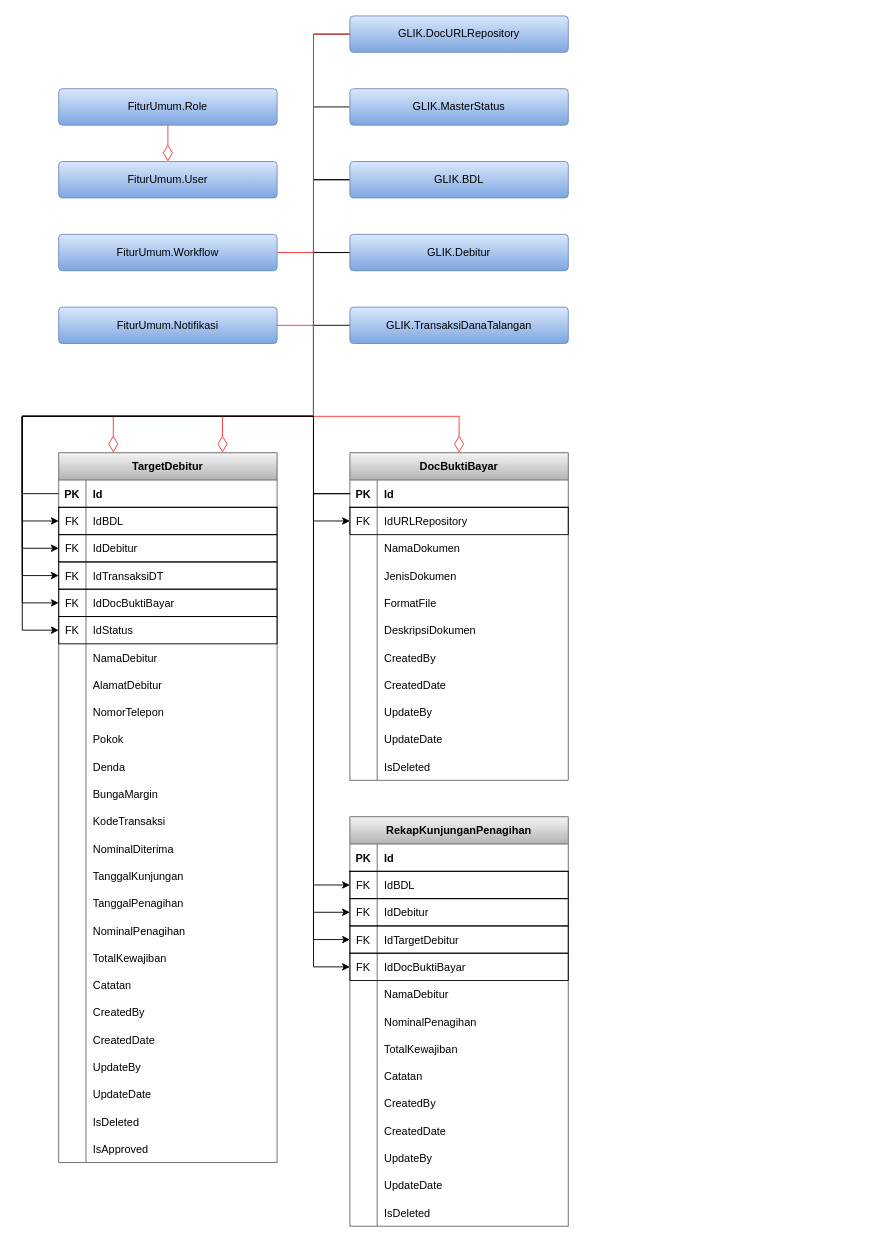
The draw.io diagram page "Aplikasi Mobile TL" (2 of 2) of Domain Model - Likuidasi/Domain Model - Likuidasi (Rev 1.2 - General).drawio in reshafahlevi/GLIK-DM, before the edit. Source tidied: cells renumbered, new cells numbered last; positions are measured from the earlier drawing's top-left corner, leaving out a move shared by most shapes. Both pictures are drawn from the tidied source at 91%, with x=0, y=0 at pixel (22, 15).
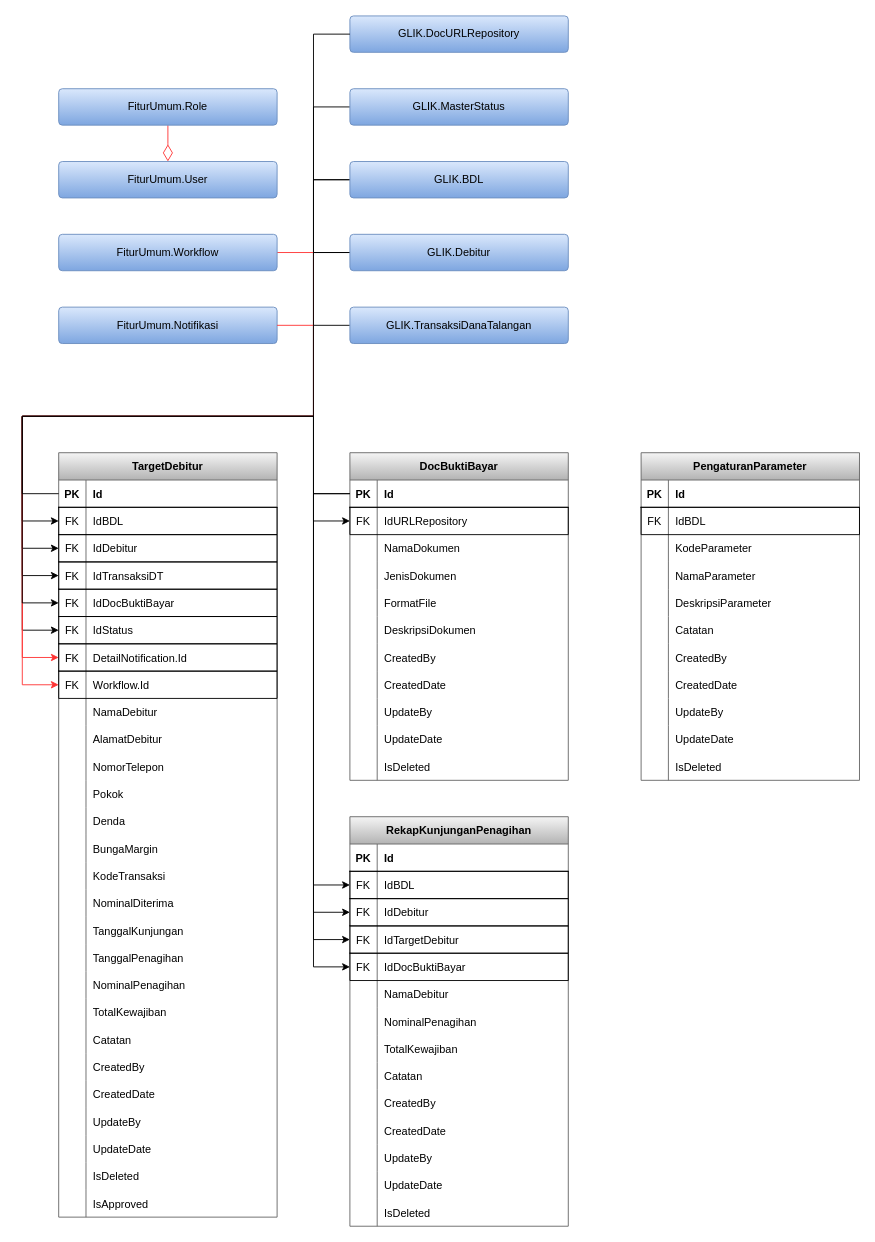
After the change.

Unchanged cells that the change refers to:
```xml
<mxCell id="91" value="FiturUmum.Notifikasi" style="rounded=1;arcSize=10;whiteSpace=wrap;html=1;align=center;strokeColor=#6c8ebf;fillColor=#dae8fc;gradientColor=#7ea6e0;" parent="1" vertex="1">
  <mxGeometry x="40" y="320" width="240" height="40" as="geometry" />
</mxCell>
<mxCell id="93" value="FiturUmum.Workflow" style="rounded=1;arcSize=10;whiteSpace=wrap;html=1;align=center;strokeColor=#6c8ebf;fillColor=#dae8fc;gradientColor=#7ea6e0;" parent="1" vertex="1">
  <mxGeometry x="40" y="240" width="240" height="40" as="geometry" />
</mxCell>
<mxCell id="95" value="DocBuktiBayar" style="shape=table;startSize=30;childLayout=tableLayout;rowLines=0;fontStyle=1;align=center;strokeColor=#666666;gradientColor=#b3b3b3;fillColor=#f5f5f5;" parent="1" vertex="1">
  <mxGeometry x="360" y="480" width="240" height="360" as="geometry" />
</mxCell>
<mxCell id="99" style="shape=partialRectangle;fillColor=none;top=1;left=1;bottom=1;right=1;points=[[0,0.5],[1,0.5]];portConstraint=eastwest;" parent="95" vertex="1">
  <mxGeometry y="60" width="240" height="30" as="geometry" />
</mxCell>
<mxCell id="131" value="GLIK.DocURLRepository" style="rounded=1;arcSize=10;whiteSpace=wrap;html=1;align=center;strokeColor=#6c8ebf;fillColor=#dae8fc;gradientColor=#7ea6e0;" parent="1" vertex="1">
  <mxGeometry x="360" width="240" height="40" as="geometry" />
</mxCell>
```

What changed in the source:
```diff
@@
     <mxCell id="11" value="TargetDebitur" style="shape=table;startSize=30;childLayout=tableLayout;rowLines=0;fontStyle=1;align=center;strokeColor=#666666;gradientColor=#b3b3b3;fillColor=#f5f5f5;" parent="1" vertex="1">
-      <mxGeometry x="40" y="480" width="240" height="780" as="geometry" />
+      <mxGeometry x="40" y="480" width="240" height="840" as="geometry" />
     </mxCell>
@@
+    <mxCell id="178" style="shape=partialRectangle;fillColor=none;top=1;left=1;bottom=1;right=1;points=[[0,0.5],[1,0.5]];portConstraint=eastwest;" parent="11" vertex="1">
+      <mxGeometry y="210" width="240" height="30" as="geometry" />
+    </mxCell>
+    <mxCell id="179" value="FK" style="shape=partialRectangle;fillColor=none;top=0;left=0;bottom=0;right=0;overflow=hidden;" parent="178" vertex="1">
+      <mxGeometry width="30" height="30" as="geometry" />
+    </mxCell>
+    <mxCell id="180" value="DetailNotification.Id" style="shape=partialRectangle;fillColor=none;top=0;left=0;bottom=0;right=0;align=left;spacingLeft=6;overflow=hidden;" parent="178" vertex="1">
+      <mxGeometry x="30" width="210" height="30" as="geometry" />
+    </mxCell>
+    <mxCell id="181" style="shape=partialRectangle;fillColor=none;top=1;left=1;bottom=1;right=1;points=[[0,0.5],[1,0.5]];portConstraint=eastwest;" parent="11" vertex="1">
+      <mxGeometry y="240" width="240" height="30" as="geometry" />
+    </mxCell>
+    <mxCell id="182" value="FK" style="shape=partialRectangle;fillColor=none;top=0;left=0;bottom=0;right=0;overflow=hidden;" parent="181" vertex="1">
+      <mxGeometry width="30" height="30" as="geometry" />
+    </mxCell>
+    <mxCell id="183" value="Workflow.Id" style="shape=partialRectangle;fillColor=none;top=0;left=0;bottom=0;right=0;align=left;spacingLeft=6;overflow=hidden;" parent="181" vertex="1">
+      <mxGeometry x="30" width="210" height="30" as="geometry" />
+    </mxCell>
     <mxCell id="30" style="shape=partialRectangle;fillColor=none;top=0;left=0;bottom=0;right=0;" parent="11" vertex="1">
-      <mxGeometry y="210" width="240" height="30" as="geometry" />
+      <mxGeometry y="270" width="240" height="30" as="geometry" />
     </mxCell>
@@
     <mxCell id="33" style="shape=partialRectangle;fillColor=none;top=0;left=0;bottom=0;right=0;" parent="11" vertex="1">
-      <mxGeometry y="240" width="240" height="30" as="geometry" />
+      <mxGeometry y="300" width="240" height="30" as="geometry" />
     </mxCell>
@@
     <mxCell id="36" style="shape=partialRectangle;fillColor=none;top=0;left=0;bottom=0;right=0;" parent="11" vertex="1">
-      <mxGeometry y="270" width="240" height="30" as="geometry" />
+      <mxGeometry y="330" width="240" height="30" as="geometry" />
     </mxCell>
@@
     <mxCell id="39" style="shape=partialRectangle;fillColor=none;top=0;left=0;bottom=0;right=0;" parent="11" vertex="1">
-      <mxGeometry y="300" width="240" height="30" as="geometry" />
+      <mxGeometry y="360" width="240" height="30" as="geometry" />
     </mxCell>
@@
     <mxCell id="42" style="shape=partialRectangle;fillColor=none;top=0;left=0;bottom=0;right=0;" parent="11" vertex="1">
-      <mxGeometry y="330" width="240" height="30" as="geometry" />
+      <mxGeometry y="390" width="240" height="30" as="geometry" />
     </mxCell>
@@
     <mxCell id="45" style="shape=partialRectangle;fillColor=none;top=0;left=0;bottom=0;right=0;" parent="11" vertex="1">
-      <mxGeometry y="360" width="240" height="30" as="geometry" />
+      <mxGeometry y="420" width="240" height="30" as="geometry" />
     </mxCell>
@@
     <mxCell id="48" style="shape=partialRectangle;fillColor=none;top=0;left=0;bottom=0;right=0;" parent="11" vertex="1">
-      <mxGeometry y="390" width="240" height="30" as="geometry" />
+      <mxGeometry y="450" width="240" height="30" as="geometry" />
     </mxCell>
@@
     <mxCell id="51" style="shape=partialRectangle;fillColor=none;top=0;left=0;bottom=0;right=0;" parent="11" vertex="1">
-      <mxGeometry y="420" width="240" height="30" as="geometry" />
+      <mxGeometry y="480" width="240" height="30" as="geometry" />
     </mxCell>
@@
     <mxCell id="54" style="shape=partialRectangle;fillColor=none;top=0;left=0;bottom=0;right=0;" parent="11" vertex="1">
-      <mxGeometry y="450" width="240" height="30" as="geometry" />
+      <mxGeometry y="510" width="240" height="30" as="geometry" />
     </mxCell>
@@
     <mxCell id="57" style="shape=partialRectangle;fillColor=none;top=0;left=0;bottom=0;right=0;" parent="11" vertex="1">
-      <mxGeometry y="480" width="240" height="30" as="geometry" />
+      <mxGeometry y="540" width="240" height="30" as="geometry" />
     </mxCell>
@@
     <mxCell id="60" style="shape=partialRectangle;fillColor=none;top=0;left=0;bottom=0;right=0;" parent="11" vertex="1">
-      <mxGeometry y="510" width="240" height="30" as="geometry" />
+      <mxGeometry y="570" width="240" height="30" as="geometry" />
     </mxCell>
@@
     <mxCell id="63" style="shape=partialRectangle;fillColor=none;top=0;left=0;bottom=0;right=0;" parent="11" vertex="1">
-      <mxGeometry y="540" width="240" height="30" as="geometry" />
+      <mxGeometry y="600" width="240" height="30" as="geometry" />
     </mxCell>
@@
     <mxCell id="66" style="shape=partialRectangle;fillColor=none;top=0;left=0;bottom=0;right=0;" parent="11" vertex="1">
-      <mxGeometry y="570" width="240" height="30" as="geometry" />
+      <mxGeometry y="630" width="240" height="30" as="geometry" />
     </mxCell>
@@
     <mxCell id="69" style="shape=partialRectangle;fillColor=none;top=0;left=0;bottom=0;right=0;" parent="11" vertex="1">
-      <mxGeometry y="600" width="240" height="30" as="geometry" />
+      <mxGeometry y="660" width="240" height="30" as="geometry" />
     </mxCell>
@@
     <mxCell id="72" style="shape=partialRectangle;fillColor=none;top=0;left=0;bottom=0;right=0;" parent="11" vertex="1">
-      <mxGeometry y="630" width="240" height="30" as="geometry" />
+      <mxGeometry y="690" width="240" height="30" as="geometry" />
     </mxCell>
@@
     <mxCell id="75" style="shape=partialRectangle;fillColor=none;top=0;left=0;bottom=0;right=0;" parent="11" vertex="1">
-      <mxGeometry y="660" width="240" height="30" as="geometry" />
+      <mxGeometry y="720" width="240" height="30" as="geometry" />
     </mxCell>
@@
     <mxCell id="78" style="shape=partialRectangle;fillColor=none;top=0;left=0;bottom=0;right=0;" parent="11" vertex="1">
-      <mxGeometry y="690" width="240" height="30" as="geometry" />
+      <mxGeometry y="750" width="240" height="30" as="geometry" />
     </mxCell>
@@
     <mxCell id="81" style="shape=partialRectangle;fillColor=none;top=0;left=0;bottom=0;right=0;" parent="11" vertex="1">
-      <mxGeometry y="720" width="240" height="30" as="geometry" />
+      <mxGeometry y="780" width="240" height="30" as="geometry" />
     </mxCell>
@@
     <mxCell id="84" style="shape=partialRectangle;fillColor=none;top=0;left=0;bottom=0;right=0;" parent="11" vertex="1">
-      <mxGeometry y="750" width="240" height="30" as="geometry" />
+      <mxGeometry y="810" width="240" height="30" as="geometry" />
     </mxCell>
@@
-    <mxCell id="92" style="edgeStyle=orthogonalEdgeStyle;rounded=0;jettySize=auto;html=1;exitX=1;exitY=0.5;exitDx=0;exitDy=0;entryX=0.25;entryY=0;entryDx=0;entryDy=0;endSize=16;strokeColor=#FF3333;endArrow=diamondThin;endFill=0;" parent="1" edge="1" source="93" target="11">
+    <mxCell id="92" style="edgeStyle=orthogonalEdgeStyle;rounded=0;jettySize=auto;html=1;exitX=1;exitY=0.5;exitDx=0;exitDy=0;entryX=0;entryY=0.5;entryDx=0;entryDy=0;endSize=6;strokeColor=#FF3333;endArrow=classic;endFill=1;" parent="1" edge="1" source="93" target="181">
       <mxGeometry relative="1" as="geometry">
         <Array as="points">
           <mxPoint x="320" y="260" />
           <mxPoint x="320" y="440" />
-          <mxPoint x="100" y="440" />
+          <mxPoint y="440" />
+          <mxPoint y="735" />
         </Array>
       </mxGeometry>
     </mxCell>
@@
-    <mxCell id="94" style="edgeStyle=orthogonalEdgeStyle;rounded=0;jettySize=auto;html=1;exitX=1;exitY=0.5;exitDx=0;exitDy=0;entryX=0.75;entryY=0;entryDx=0;entryDy=0;endSize=16;strokeColor=#FF3333;endArrow=diamondThin;endFill=0;" parent="1" edge="1" source="91" target="11">
+    <mxCell id="94" style="edgeStyle=orthogonalEdgeStyle;rounded=0;jettySize=auto;html=1;exitX=1;exitY=0.5;exitDx=0;exitDy=0;entryX=0;entryY=0.5;entryDx=0;entryDy=0;endSize=6;strokeColor=#FF3333;endArrow=classic;endFill=1;" parent="1" edge="1" source="91" target="178">
       <mxGeometry relative="1" as="geometry">
         <Array as="points">
           <mxPoint x="320" y="340" />
           <mxPoint x="320" y="440" />
-          <mxPoint x="220" y="440" />
+          <mxPoint y="440" />
+          <mxPoint y="705" />
         </Array>
       </mxGeometry>
     </mxCell>
@@
-    <mxCell id="130" style="edgeStyle=orthogonalEdgeStyle;rounded=0;jumpStyle=none;jettySize=auto;html=1;exitX=0;exitY=0.5;exitDx=0;exitDy=0;entryX=0;entryY=0.5;entryDx=0;entryDy=0;endArrow=classic;endFill=1;endSize=6;strokeColor=#000000;" parent="1" edge="1" source="131" target="99">
-      <mxGeometry relative="1" as="geometry">
-        <Array as="points">
-          <mxPoint x="320" y="20" />
-          <mxPoint x="320" y="555" />
-        </Array>
-      </mxGeometry>
-    </mxCell>
@@
-    <mxCell id="132" style="edgeStyle=orthogonalEdgeStyle;rounded=0;jettySize=auto;html=1;exitX=0;exitY=0.5;exitDx=0;exitDy=0;entryX=0.5;entryY=0;entryDx=0;entryDy=0;endSize=16;strokeColor=#FF3333;endArrow=diamondThin;endFill=0;" parent="1" edge="1" source="131" target="95">
+    <mxCell id="132" style="edgeStyle=orthogonalEdgeStyle;rounded=0;jettySize=auto;html=1;exitX=0;exitY=0.5;exitDx=0;exitDy=0;entryX=0;entryY=0.5;entryDx=0;entryDy=0;endSize=6;strokeColor=#000000;endArrow=classic;endFill=1;" parent="1" edge="1" source="131" target="99">
       <mxGeometry relative="1" as="geometry">
         <Array as="points">
           <mxPoint x="320" y="20" />
-          <mxPoint x="320" y="440" />
-          <mxPoint x="480" y="440" />
+          <mxPoint x="320" y="555" />
         </Array>
       </mxGeometry>
     </mxCell>
@@
+    <mxCell id="184" value="PengaturanParameter" style="shape=table;startSize=30;childLayout=tableLayout;rowLines=0;fontStyle=1;align=center;strokeColor=#666666;gradientColor=#b3b3b3;fillColor=#f5f5f5;" parent="1" vertex="1">
+      <mxGeometry x="680" y="480" width="240" height="360" as="geometry" />
+    </mxCell>
+    <mxCell id="185" style="shape=partialRectangle;fillColor=none;top=0;left=0;bottom=1;right=0;" parent="184" vertex="1">
+      <mxGeometry y="30" width="240" height="30" as="geometry" />
+    </mxCell>
+    <mxCell id="186" value="PK" style="shape=partialRectangle;fillColor=none;top=0;left=0;bottom=0;right=0;fontStyle=1;overflow=hidden;" parent="185" vertex="1">
+      <mxGeometry width="30" height="30" as="geometry" />
+    </mxCell>
+    <mxCell id="187" value="Id" style="shape=partialRectangle;fillColor=none;top=0;left=0;bottom=0;right=0;align=left;spacingLeft=6;fontStyle=1;overflow=hidden;" parent="185" vertex="1">
+      <mxGeometry x="30" width="210" height="30" as="geometry" />
+    </mxCell>
+    <mxCell id="188" style="shape=partialRectangle;fillColor=none;top=1;left=1;bottom=1;right=1;" parent="184" vertex="1">
+      <mxGeometry y="60" width="240" height="30" as="geometry" />
+    </mxCell>
+    <mxCell id="189" value="FK" style="shape=partialRectangle;fillColor=none;top=0;left=0;bottom=0;right=0;overflow=hidden;" parent="188" vertex="1">
+      <mxGeometry width="30" height="30" as="geometry" />
+    </mxCell>
+    <mxCell id="190" value="IdBDL" style="shape=partialRectangle;fillColor=none;top=0;left=0;bottom=0;right=0;align=left;spacingLeft=6;overflow=hidden;" parent="188" vertex="1">
+      <mxGeometry x="30" width="210" height="30" as="geometry" />
+    </mxCell>
+    <mxCell id="191" style="shape=partialRectangle;fillColor=none;top=0;left=0;bottom=0;right=0;" parent="184" vertex="1">
+      <mxGeometry y="90" width="240" height="30" as="geometry" />
+    </mxCell>
+    <mxCell id="192" style="shape=partialRectangle;fillColor=none;top=0;left=0;bottom=0;right=0;overflow=hidden;" parent="191" vertex="1">
+      <mxGeometry width="30" height="30" as="geometry" />
+    </mxCell>
+    <mxCell id="193" value="KodeParameter" style="shape=partialRectangle;fillColor=none;top=0;left=0;bottom=0;right=0;align=left;spacingLeft=6;overflow=hidden;" parent="191" vertex="1">
+      <mxGeometry x="30" width="210" height="30" as="geometry" />
+    </mxCell>
+    <mxCell id="194" style="shape=partialRectangle;fillColor=none;top=0;left=0;bottom=0;right=0;" parent="184" vertex="1">
+      <mxGeometry y="120" width="240" height="30" as="geometry" />
+    </mxCell>
+    <mxCell id="195" style="shape=partialRectangle;fillColor=none;top=0;left=0;bottom=0;right=0;overflow=hidden;" parent="194" vertex="1">
+      <mxGeometry width="30" height="30" as="geometry" />
+    </mxCell>
+    <mxCell id="196" value="NamaParameter" style="shape=partialRectangle;fillColor=none;top=0;left=0;bottom=0;right=0;align=left;spacingLeft=6;overflow=hidden;" parent="194" vertex="1">
+      <mxGeometry x="30" width="210" height="30" as="geometry" />
+    </mxCell>
+    <mxCell id="197" style="shape=partialRectangle;fillColor=none;top=0;left=0;bottom=0;right=0;" parent="184" vertex="1">
+      <mxGeometry y="150" width="240" height="30" as="geometry" />
+    </mxCell>
+    <mxCell id="198" style="shape=partialRectangle;fillColor=none;top=0;left=0;bottom=0;right=0;overflow=hidden;" parent="197" vertex="1">
+      <mxGeometry width="30" height="30" as="geometry" />
+    </mxCell>
+    <mxCell id="199" value="DeskripsiParameter" style="shape=partialRectangle;fillColor=none;top=0;left=0;bottom=0;right=0;align=left;spacingLeft=6;overflow=hidden;" parent="197" vertex="1">
+      <mxGeometry x="30" width="210" height="30" as="geometry" />
+    </mxCell>
+    <mxCell id="200" style="shape=partialRectangle;fillColor=none;top=0;left=0;bottom=0;right=0;" parent="184" vertex="1">
+      <mxGeometry y="180" width="240" height="30" as="geometry" />
+    </mxCell>
+    <mxCell id="201" style="shape=partialRectangle;fillColor=none;top=0;left=0;bottom=0;right=0;overflow=hidden;" parent="200" vertex="1">
+      <mxGeometry width="30" height="30" as="geometry" />
+    </mxCell>
+    <mxCell id="202" value="Catatan" style="shape=partialRectangle;fillColor=none;top=0;left=0;bottom=0;right=0;align=left;spacingLeft=6;overflow=hidden;" parent="200" vertex="1">
+      <mxGeometry x="30" width="210" height="30" as="geometry" />
+    </mxCell>
+    <mxCell id="203" style="shape=partialRectangle;fillColor=none;top=0;left=0;bottom=0;right=0;" parent="184" vertex="1">
+      <mxGeometry y="210" width="240" height="30" as="geometry" />
+    </mxCell>
+    <mxCell id="204" style="shape=partialRectangle;fillColor=none;top=0;left=0;bottom=0;right=0;overflow=hidden;" parent="203" vertex="1">
+      <mxGeometry width="30" height="30" as="geometry" />
+    </mxCell>
+    <mxCell id="205" value="CreatedBy" style="shape=partialRectangle;fillColor=none;top=0;left=0;bottom=0;right=0;align=left;spacingLeft=6;overflow=hidden;" parent="203" vertex="1">
+      <mxGeometry x="30" width="210" height="30" as="geometry" />
+    </mxCell>
+    <mxCell id="206" style="shape=partialRectangle;fillColor=none;top=0;left=0;bottom=0;right=0;" parent="184" vertex="1">
+      <mxGeometry y="240" width="240" height="30" as="geometry" />
+    </mxCell>
+    <mxCell id="207" style="shape=partialRectangle;fillColor=none;top=0;left=0;bottom=0;right=0;overflow=hidden;" parent="206" vertex="1">
+      <mxGeometry width="30" height="30" as="geometry" />
+    </mxCell>
+    <mxCell id="208" value="CreatedDate" style="shape=partialRectangle;fillColor=none;top=0;left=0;bottom=0;right=0;align=left;spacingLeft=6;overflow=hidden;" parent="206" vertex="1">
+      <mxGeometry x="30" width="210" height="30" as="geometry" />
+    </mxCell>
+    <mxCell id="209" style="shape=partialRectangle;fillColor=none;top=0;left=0;bottom=0;right=0;" parent="184" vertex="1">
+      <mxGeometry y="270" width="240" height="30" as="geometry" />
+    </mxCell>
+    <mxCell id="210" style="shape=partialRectangle;fillColor=none;top=0;left=0;bottom=0;right=0;overflow=hidden;" parent="209" vertex="1">
+      <mxGeometry width="30" height="30" as="geometry" />
+    </mxCell>
+    <mxCell id="211" value="UpdateBy" style="shape=partialRectangle;fillColor=none;top=0;left=0;bottom=0;right=0;align=left;spacingLeft=6;overflow=hidden;" parent="209" vertex="1">
+      <mxGeometry x="30" width="210" height="30" as="geometry" />
+    </mxCell>
+    <mxCell id="212" style="shape=partialRectangle;fillColor=none;top=0;left=0;bottom=0;right=0;" parent="184" vertex="1">
+      <mxGeometry y="300" width="240" height="30" as="geometry" />
+    </mxCell>
+    <mxCell id="213" style="shape=partialRectangle;fillColor=none;top=0;left=0;bottom=0;right=0;overflow=hidden;" parent="212" vertex="1">
+      <mxGeometry width="30" height="30" as="geometry" />
+    </mxCell>
+    <mxCell id="214" value="UpdateDate" style="shape=partialRectangle;fillColor=none;top=0;left=0;bottom=0;right=0;align=left;spacingLeft=6;overflow=hidden;" parent="212" vertex="1">
+      <mxGeometry x="30" width="210" height="30" as="geometry" />
+    </mxCell>
+    <mxCell id="215" style="shape=partialRectangle;fillColor=none;top=0;left=0;bottom=0;right=0;" parent="184" vertex="1">
+      <mxGeometry y="330" width="240" height="30" as="geometry" />
+    </mxCell>
+    <mxCell id="216" style="shape=partialRectangle;fillColor=none;top=0;left=0;bottom=0;right=0;overflow=hidden;" parent="215" vertex="1">
+      <mxGeometry width="30" height="30" as="geometry" />
+    </mxCell>
+    <mxCell id="217" value="IsDeleted" style="shape=partialRectangle;fillColor=none;top=0;left=0;bottom=0;right=0;align=left;spacingLeft=6;overflow=hidden;" parent="215" vertex="1">
+      <mxGeometry x="30" width="210" height="30" as="geometry" />
+    </mxCell>
```
